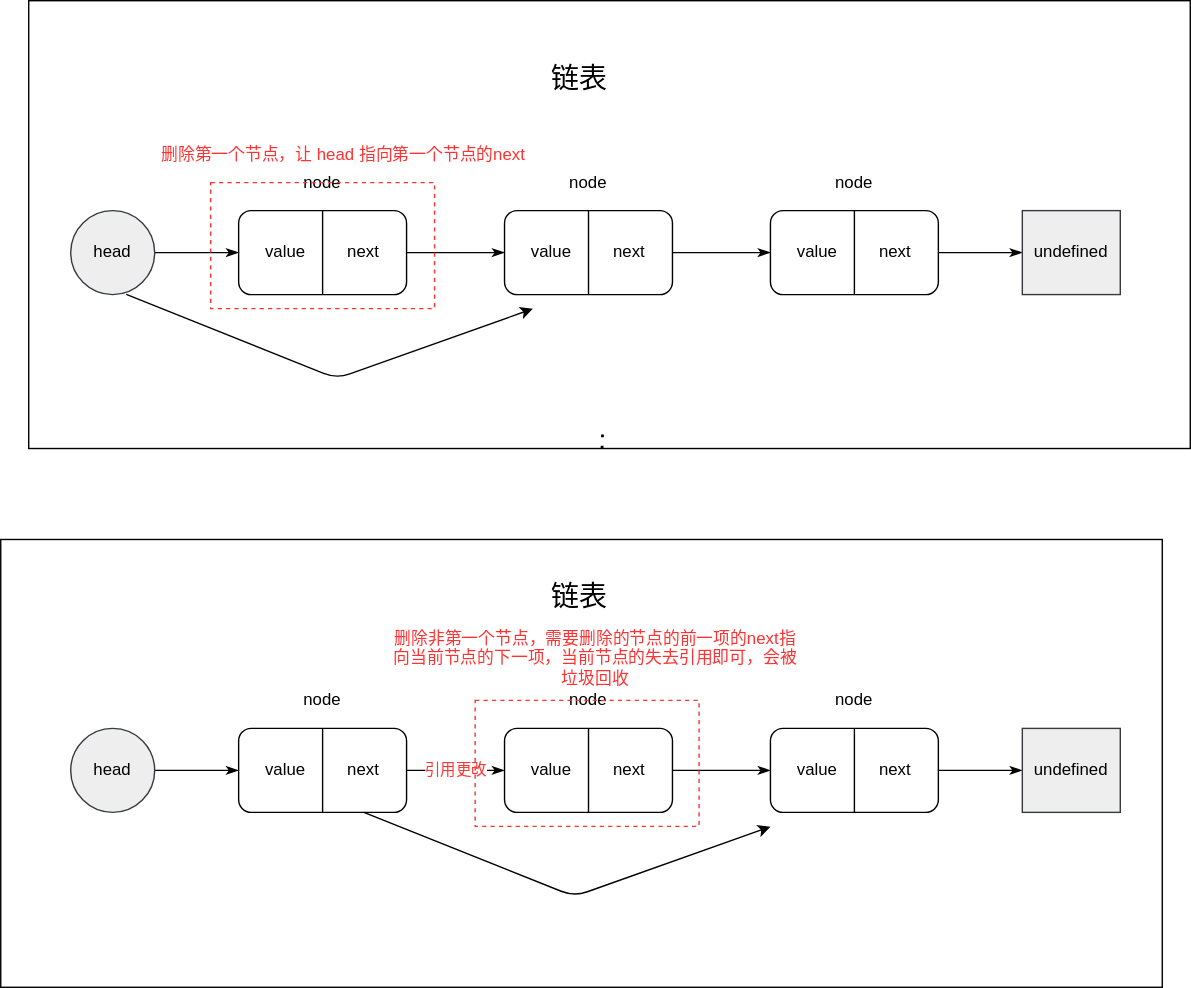
Before: Linked/images/linked-removed.drawio.svg, a diagram exported from draw.io (alphazhangyz/DataStructures). Source tidied: cells renumbered, new cells last; positions are measured from the earlier drawing's top-left corner, leaving out a move shared by most shapes. The source it was exported from:
```xml
<mxGraphModel>
  <root>
    <mxCell id="0" />
    <mxCell id="1" parent="0" />
    <mxCell id="2" style="edgeStyle=orthogonalEdgeStyle;rounded=0;jettySize=auto;html=1;entryX=0;entryY=0.5;entryDx=0;entryDy=0;endArrow=classicThin;endFill=1;" parent="1" edge="1" source="3" target="5">
      <mxGeometry relative="1" as="geometry" />
    </mxCell>
    <mxCell id="3" value="&lt;font color=&quot;#000000&quot;&gt;head&lt;/font&gt;" style="ellipse;whiteSpace=wrap;html=1;fillColor=#eeeeee;strokeColor=#36393d;" parent="1" vertex="1">
      <mxGeometry x="50" y="150" width="60" height="60" as="geometry" />
    </mxCell>
    <mxCell id="4" style="edgeStyle=orthogonalEdgeStyle;rounded=0;jettySize=auto;html=1;entryX=0;entryY=0.5;entryDx=0;entryDy=0;endArrow=classicThin;endFill=1;" parent="1" edge="1" source="5" target="8">
      <mxGeometry relative="1" as="geometry" />
    </mxCell>
    <mxCell id="5" value="value&amp;nbsp; &amp;nbsp; &amp;nbsp; &amp;nbsp; &amp;nbsp;next" style="rounded=1;whiteSpace=wrap;html=1;" parent="1" vertex="1">
      <mxGeometry x="170" y="150" width="120" height="60" as="geometry" />
    </mxCell>
    <mxCell id="6" style="endArrow=none;html=1;entryX=0.5;entryY=0;entryDx=0;entryDy=0;exitX=0.5;exitY=1;exitDx=0;exitDy=0;" parent="1" edge="1" source="5" target="5">
      <mxGeometry relative="1" as="geometry" />
    </mxCell>
    <mxCell id="7" style="edgeStyle=orthogonalEdgeStyle;rounded=0;jettySize=auto;html=1;entryX=0;entryY=0.5;entryDx=0;entryDy=0;endArrow=classicThin;endFill=1;" parent="1" edge="1" source="8" target="10">
      <mxGeometry relative="1" as="geometry" />
    </mxCell>
    <mxCell id="8" value="value&amp;nbsp; &amp;nbsp; &amp;nbsp; &amp;nbsp; &amp;nbsp;next" style="rounded=1;whiteSpace=wrap;html=1;" parent="1" vertex="1">
      <mxGeometry x="360" y="150" width="120" height="60" as="geometry" />
    </mxCell>
    <mxCell id="9" style="edgeStyle=orthogonalEdgeStyle;rounded=0;jettySize=auto;html=1;entryX=0;entryY=0.5;entryDx=0;entryDy=0;endArrow=classicThin;endFill=1;" parent="1" edge="1" source="10" target="11">
      <mxGeometry relative="1" as="geometry" />
    </mxCell>
    <mxCell id="10" value="value&amp;nbsp; &amp;nbsp; &amp;nbsp; &amp;nbsp; &amp;nbsp;next" style="rounded=1;whiteSpace=wrap;html=1;" parent="1" vertex="1">
      <mxGeometry x="550" y="150" width="120" height="60" as="geometry" />
    </mxCell>
    <mxCell id="11" value="&lt;font color=&quot;#000000&quot;&gt;undefined&lt;/font&gt;" style="rounded=0;whiteSpace=wrap;html=1;fillColor=#eeeeee;strokeColor=#36393d;" parent="1" vertex="1">
      <mxGeometry x="730" y="150" width="70" height="60" as="geometry" />
    </mxCell>
    <mxCell id="12" value="node" style="text;html=1;strokeColor=none;fillColor=none;align=center;verticalAlign=middle;whiteSpace=wrap;rounded=0;" parent="1" vertex="1">
      <mxGeometry x="210" y="120" width="40" height="20" as="geometry" />
    </mxCell>
    <mxCell id="13" value="node" style="text;html=1;strokeColor=none;fillColor=none;align=center;verticalAlign=middle;whiteSpace=wrap;rounded=0;" parent="1" vertex="1">
      <mxGeometry x="400" y="120" width="40" height="20" as="geometry" />
    </mxCell>
    <mxCell id="14" value="node" style="text;html=1;strokeColor=none;fillColor=none;align=center;verticalAlign=middle;whiteSpace=wrap;rounded=0;" parent="1" vertex="1">
      <mxGeometry x="590" y="120" width="40" height="20" as="geometry" />
    </mxCell>
    <mxCell id="15" style="endArrow=none;html=1;entryX=0.5;entryY=0;entryDx=0;entryDy=0;exitX=0.5;exitY=1;exitDx=0;exitDy=0;" parent="1" edge="1" source="8" target="8">
      <mxGeometry relative="1" as="geometry" />
    </mxCell>
    <mxCell id="16" style="endArrow=none;html=1;entryX=0.5;entryY=0;entryDx=0;entryDy=0;exitX=0.5;exitY=1;exitDx=0;exitDy=0;" parent="1" edge="1" source="10" target="10">
      <mxGeometry relative="1" as="geometry" />
    </mxCell>
    <mxCell id="17" style="rounded=0;whiteSpace=wrap;html=1;fillColor=none;" parent="1" vertex="1">
      <mxGeometry x="20" width="830" height="320" as="geometry" />
    </mxCell>
    <mxCell id="18" value="&lt;font style=&quot;font-size: 20px&quot;&gt;链表&lt;/font&gt;" style="text;html=1;strokeColor=none;fillColor=none;align=center;verticalAlign=middle;whiteSpace=wrap;rounded=0;" parent="1" vertex="1">
      <mxGeometry x="329" y="20" width="170" height="70" as="geometry" />
    </mxCell>
    <mxCell id="19" style="endArrow=none;dashed=1;html=1;dashPattern=1 3;strokeWidth=2;" parent="1" edge="1" target="17">
      <mxGeometry relative="1" as="geometry">
        <mxPoint x="430" y="310" as="sourcePoint" />
      </mxGeometry>
    </mxCell>
    <mxCell id="20" style="rounded=0;whiteSpace=wrap;html=1;fillColor=none;dashed=1;strokeColor=#FF3333;" parent="1" vertex="1">
      <mxGeometry x="150" y="130" width="160" height="90" as="geometry" />
    </mxCell>
    <mxCell id="21" style="endArrow=classic;html=1;exitX=0.084;exitY=0.656;exitDx=0;exitDy=0;exitPerimeter=0;entryX=0.434;entryY=0.688;entryDx=0;entryDy=0;entryPerimeter=0;" parent="1" edge="1" source="17" target="17">
      <mxGeometry relative="1" as="geometry">
        <Array as="points">
          <mxPoint x="240" y="270" />
        </Array>
      </mxGeometry>
    </mxCell>
    <mxCell id="22" value="&lt;font color=&quot;#ff3333&quot;&gt;删除第一个节点，让 head 指向第一个节点的next&lt;/font&gt;" style="text;html=1;strokeColor=none;fillColor=none;align=center;verticalAlign=middle;whiteSpace=wrap;rounded=0;dashed=1;" parent="1" vertex="1">
      <mxGeometry x="100" y="100" width="290" height="20" as="geometry" />
    </mxCell>
    <mxCell id="23" style="edgeStyle=orthogonalEdgeStyle;rounded=0;jettySize=auto;html=1;entryX=0;entryY=0.5;entryDx=0;entryDy=0;endArrow=classicThin;endFill=1;" parent="1" edge="1" source="24" target="26">
      <mxGeometry relative="1" as="geometry" />
    </mxCell>
    <mxCell id="24" value="&lt;font color=&quot;#000000&quot;&gt;head&lt;/font&gt;" style="ellipse;whiteSpace=wrap;html=1;fillColor=#eeeeee;strokeColor=#36393d;" parent="1" vertex="1">
      <mxGeometry x="50" y="520" width="60" height="60" as="geometry" />
    </mxCell>
    <mxCell id="25" value="&lt;font color=&quot;#ff3333&quot;&gt;引用更改&lt;/font&gt;" style="edgeStyle=orthogonalEdgeStyle;rounded=0;jettySize=auto;html=1;entryX=0;entryY=0.5;entryDx=0;entryDy=0;endArrow=classicThin;endFill=1;" parent="1" edge="1" source="26" target="29">
      <mxGeometry relative="1" as="geometry" />
    </mxCell>
    <mxCell id="26" value="value&amp;nbsp; &amp;nbsp; &amp;nbsp; &amp;nbsp; &amp;nbsp;next" style="rounded=1;whiteSpace=wrap;html=1;" parent="1" vertex="1">
      <mxGeometry x="170" y="520" width="120" height="60" as="geometry" />
    </mxCell>
    <mxCell id="27" style="endArrow=none;html=1;entryX=0.5;entryY=0;entryDx=0;entryDy=0;exitX=0.5;exitY=1;exitDx=0;exitDy=0;" parent="1" edge="1" source="26" target="26">
      <mxGeometry relative="1" as="geometry" />
    </mxCell>
    <mxCell id="28" style="edgeStyle=orthogonalEdgeStyle;rounded=0;jettySize=auto;html=1;entryX=0;entryY=0.5;entryDx=0;entryDy=0;endArrow=classicThin;endFill=1;" parent="1" edge="1" source="29" target="31">
      <mxGeometry relative="1" as="geometry" />
    </mxCell>
    <mxCell id="29" value="value&amp;nbsp; &amp;nbsp; &amp;nbsp; &amp;nbsp; &amp;nbsp;next" style="rounded=1;whiteSpace=wrap;html=1;" parent="1" vertex="1">
      <mxGeometry x="360" y="520" width="120" height="60" as="geometry" />
    </mxCell>
    <mxCell id="30" style="edgeStyle=orthogonalEdgeStyle;rounded=0;jettySize=auto;html=1;entryX=0;entryY=0.5;entryDx=0;entryDy=0;endArrow=classicThin;endFill=1;" parent="1" edge="1" source="31" target="32">
      <mxGeometry relative="1" as="geometry" />
    </mxCell>
    <mxCell id="31" value="value&amp;nbsp; &amp;nbsp; &amp;nbsp; &amp;nbsp; &amp;nbsp;next" style="rounded=1;whiteSpace=wrap;html=1;" parent="1" vertex="1">
      <mxGeometry x="550" y="520" width="120" height="60" as="geometry" />
    </mxCell>
    <mxCell id="32" value="&lt;font color=&quot;#000000&quot;&gt;undefined&lt;/font&gt;" style="rounded=0;whiteSpace=wrap;html=1;fillColor=#eeeeee;strokeColor=#36393d;" parent="1" vertex="1">
      <mxGeometry x="730" y="520" width="70" height="60" as="geometry" />
    </mxCell>
    <mxCell id="33" value="node" style="text;html=1;strokeColor=none;fillColor=none;align=center;verticalAlign=middle;whiteSpace=wrap;rounded=0;" parent="1" vertex="1">
      <mxGeometry x="210" y="490" width="40" height="20" as="geometry" />
    </mxCell>
    <mxCell id="34" value="node" style="text;html=1;strokeColor=none;fillColor=none;align=center;verticalAlign=middle;whiteSpace=wrap;rounded=0;" parent="1" vertex="1">
      <mxGeometry x="400" y="490" width="40" height="20" as="geometry" />
    </mxCell>
    <mxCell id="35" value="node" style="text;html=1;strokeColor=none;fillColor=none;align=center;verticalAlign=middle;whiteSpace=wrap;rounded=0;" parent="1" vertex="1">
      <mxGeometry x="590" y="490" width="40" height="20" as="geometry" />
    </mxCell>
    <mxCell id="36" style="endArrow=none;html=1;entryX=0.5;entryY=0;entryDx=0;entryDy=0;exitX=0.5;exitY=1;exitDx=0;exitDy=0;" parent="1" edge="1" source="29" target="29">
      <mxGeometry relative="1" as="geometry" />
    </mxCell>
    <mxCell id="37" style="endArrow=none;html=1;entryX=0.5;entryY=0;entryDx=0;entryDy=0;exitX=0.5;exitY=1;exitDx=0;exitDy=0;" parent="1" edge="1" source="31" target="31">
      <mxGeometry relative="1" as="geometry" />
    </mxCell>
    <mxCell id="38" value="&lt;font style=&quot;font-size: 20px&quot;&gt;链表&lt;/font&gt;" style="text;html=1;strokeColor=none;fillColor=none;align=center;verticalAlign=middle;whiteSpace=wrap;rounded=0;" parent="1" vertex="1">
      <mxGeometry x="329" y="390" width="170" height="70" as="geometry" />
    </mxCell>
    <mxCell id="39" style="endArrow=none;dashed=1;html=1;dashPattern=1 3;strokeWidth=2;" parent="1" edge="1">
      <mxGeometry relative="1" as="geometry">
        <mxPoint x="430" y="680" as="sourcePoint" />
        <mxPoint x="430" y="680" as="targetPoint" />
      </mxGeometry>
    </mxCell>
    <mxCell id="40" style="rounded=0;whiteSpace=wrap;html=1;fillColor=none;dashed=1;strokeColor=#FF3333;" parent="1" vertex="1">
      <mxGeometry x="339" y="500" width="160" height="90" as="geometry" />
    </mxCell>
    <mxCell id="41" value="&lt;font color=&quot;#ff3333&quot;&gt;删除非第一个节点，需要删除的节点的前一项的next指向当前节点的下一项，当前节点的失去引用即可，会被垃圾回收&lt;/font&gt;" style="text;html=1;strokeColor=none;fillColor=none;align=center;verticalAlign=middle;whiteSpace=wrap;rounded=0;dashed=1;" parent="1" vertex="1">
      <mxGeometry x="280" y="460" width="290" height="20" as="geometry" />
    </mxCell>
    <mxCell id="42" style="endArrow=classic;html=1;exitX=0.084;exitY=0.656;exitDx=0;exitDy=0;exitPerimeter=0;entryX=0.434;entryY=0.688;entryDx=0;entryDy=0;entryPerimeter=0;" parent="1" edge="1">
      <mxGeometry relative="1" as="geometry">
        <mxPoint x="259.5" y="580" as="sourcePoint" />
        <mxPoint x="550" y="590.2" as="targetPoint" />
        <Array as="points">
          <mxPoint x="409.8" y="640.1" />
        </Array>
      </mxGeometry>
    </mxCell>
    <mxCell id="43" style="rounded=0;whiteSpace=wrap;html=1;fillColor=none;" parent="1" vertex="1">
      <mxGeometry y="385" width="830" height="320" as="geometry" />
    </mxCell>
  </root>
</mxGraphModel>
```
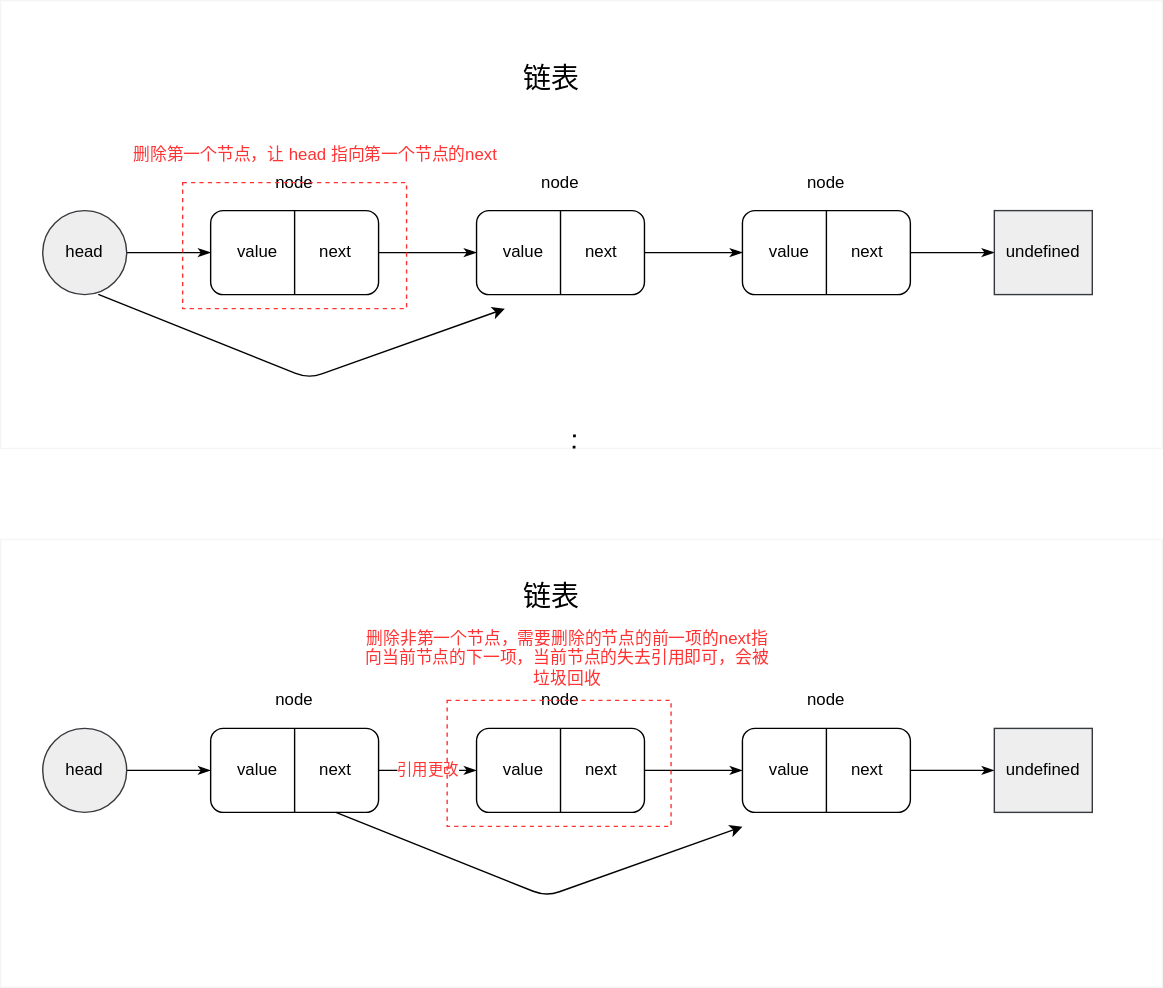
After the commit.

What changed in the source:
```diff
@@ -47,7 +47,7 @@
     <mxCell id="16" style="endArrow=none;html=1;entryX=0.5;entryY=0;entryDx=0;entryDy=0;exitX=0.5;exitY=1;exitDx=0;exitDy=0;" parent="1" edge="1" source="10" target="10">
       <mxGeometry relative="1" as="geometry" />
     </mxCell>
-    <mxCell id="17" style="rounded=0;whiteSpace=wrap;html=1;fillColor=none;" parent="1" vertex="1">
+    <mxCell id="17" style="rounded=0;whiteSpace=wrap;html=1;fillColor=none;strokeColor=#F5F5F5;" parent="1" vertex="1">
       <mxGeometry x="20" width="830" height="320" as="geometry" />
     </mxCell>
     <mxCell id="18" value="&lt;font style=&quot;font-size: 20px&quot;&gt;链表&lt;/font&gt;" style="text;html=1;strokeColor=none;fillColor=none;align=center;verticalAlign=middle;whiteSpace=wrap;rounded=0;" parent="1" vertex="1">
@@ -140,8 +140,8 @@
         </Array>
       </mxGeometry>
     </mxCell>
-    <mxCell id="43" style="rounded=0;whiteSpace=wrap;html=1;fillColor=none;" parent="1" vertex="1">
-      <mxGeometry y="385" width="830" height="320" as="geometry" />
+    <mxCell id="43" style="rounded=0;whiteSpace=wrap;html=1;fillColor=none;strokeColor=#F5F5F5;" parent="1" vertex="1">
+      <mxGeometry x="20" y="385" width="830" height="320" as="geometry" />
     </mxCell>
   </root>
 </mxGraphModel>
```
